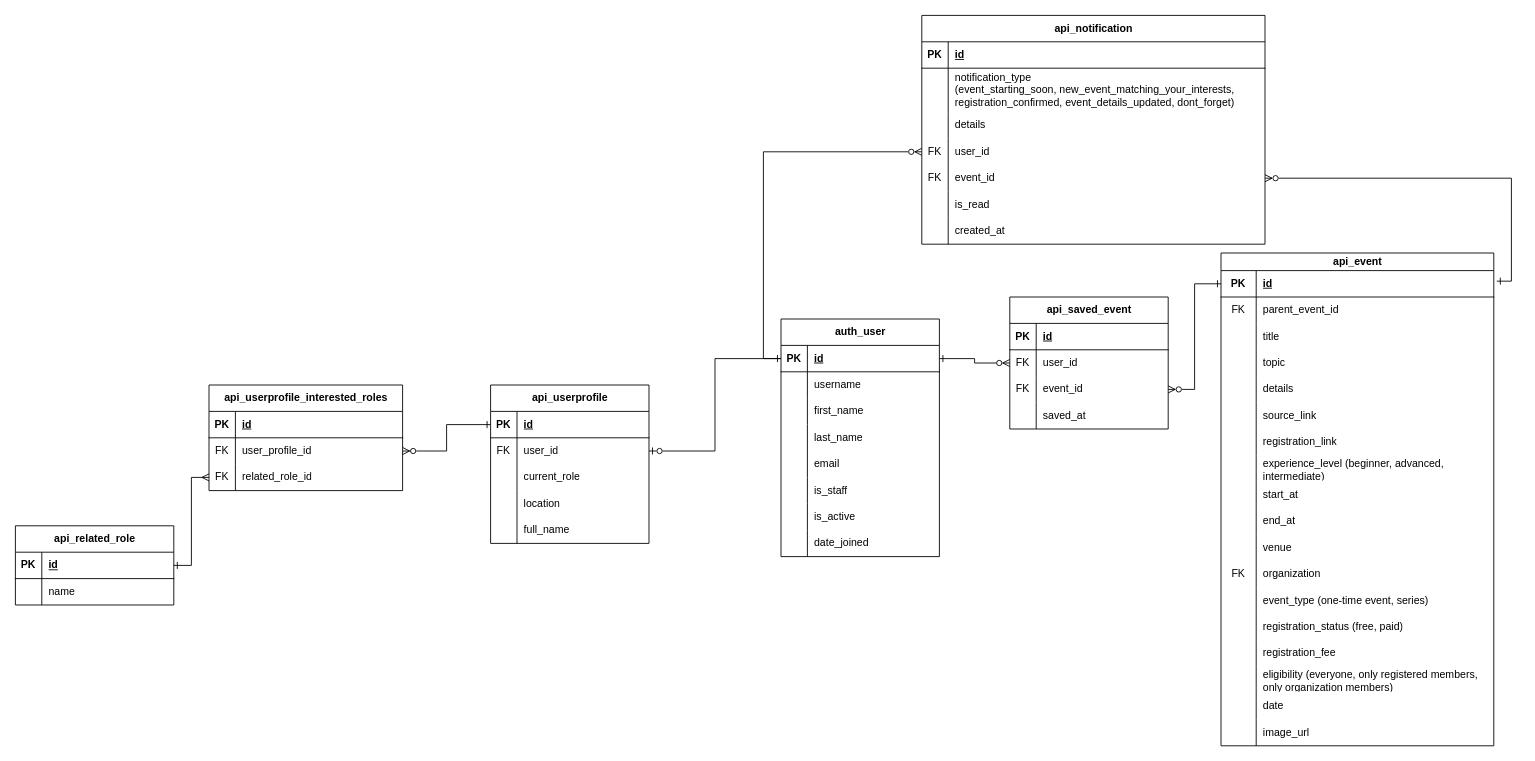
Above: page "User" (2 of 6) of 2Gether.drawio in RHILIUS/drawio (draw.io), before the change. Source tidied: cells renumbered, new cells numbered last; positions are measured from the earlier drawing's top-left corner, leaving out a move shared by most shapes. Both pictures are drawn from the tidied source at 88%, with x=0, y=0 at pixel (15, 15).
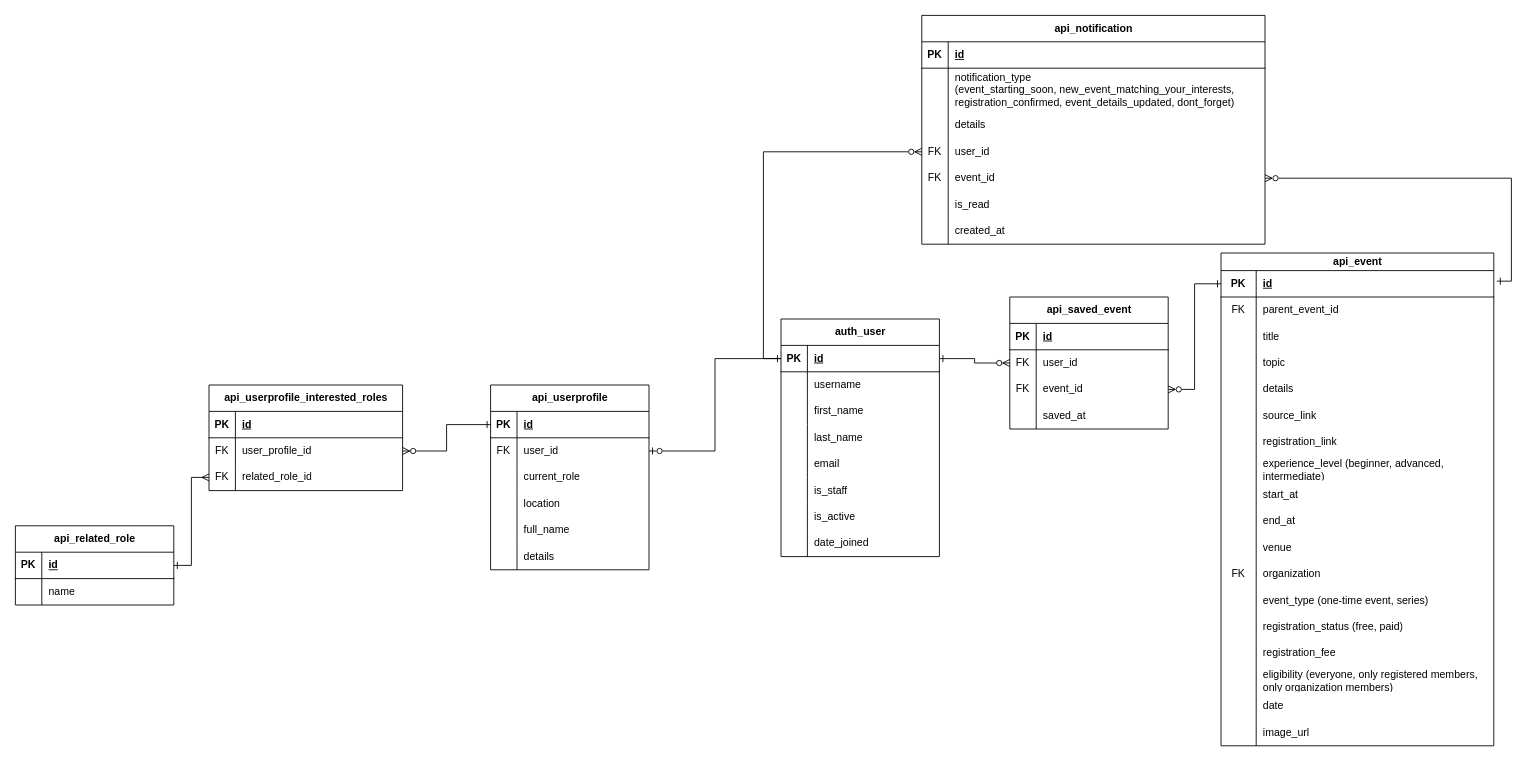
Above is the later version.

What changed in the source:
```diff
@@
     <mxCell id="121" value="api_userprofile" style="shape=table;startSize=30;childLayout=tableLayout;rowLines=0;fontStyle=1;align=center;html=1;" parent="1" vertex="1">
-      <mxGeometry x="540" y="420" width="180" height="180" as="geometry" />
+      <mxGeometry x="540" y="420" width="180" height="210" as="geometry" />
     </mxCell>
@@
+    <mxCell id="157" style="shape=tableRow;horizontal=0;startSize=0;swimlaneHead=0;swimlaneBody=0;fillColor=none;top=0;left=0;right=0;bottom=0;" parent="121" vertex="1">
+      <mxGeometry y="180" width="180" height="30" as="geometry" />
+    </mxCell>
+    <mxCell id="158" style="shape=partialRectangle;fillColor=none;top=0;left=0;bottom=0;right=0;overflow=hidden;whiteSpace=wrap;html=1;" parent="157" vertex="1">
+      <mxGeometry width="30" height="30" as="geometry" />
+    </mxCell>
+    <mxCell id="159" value="details" style="shape=partialRectangle;fillColor=none;top=0;left=0;bottom=0;right=0;align=left;spacingLeft=6;overflow=hidden;whiteSpace=wrap;html=1;" parent="157" vertex="1">
+      <mxGeometry x="30" width="150" height="30" as="geometry" />
+    </mxCell>
```
